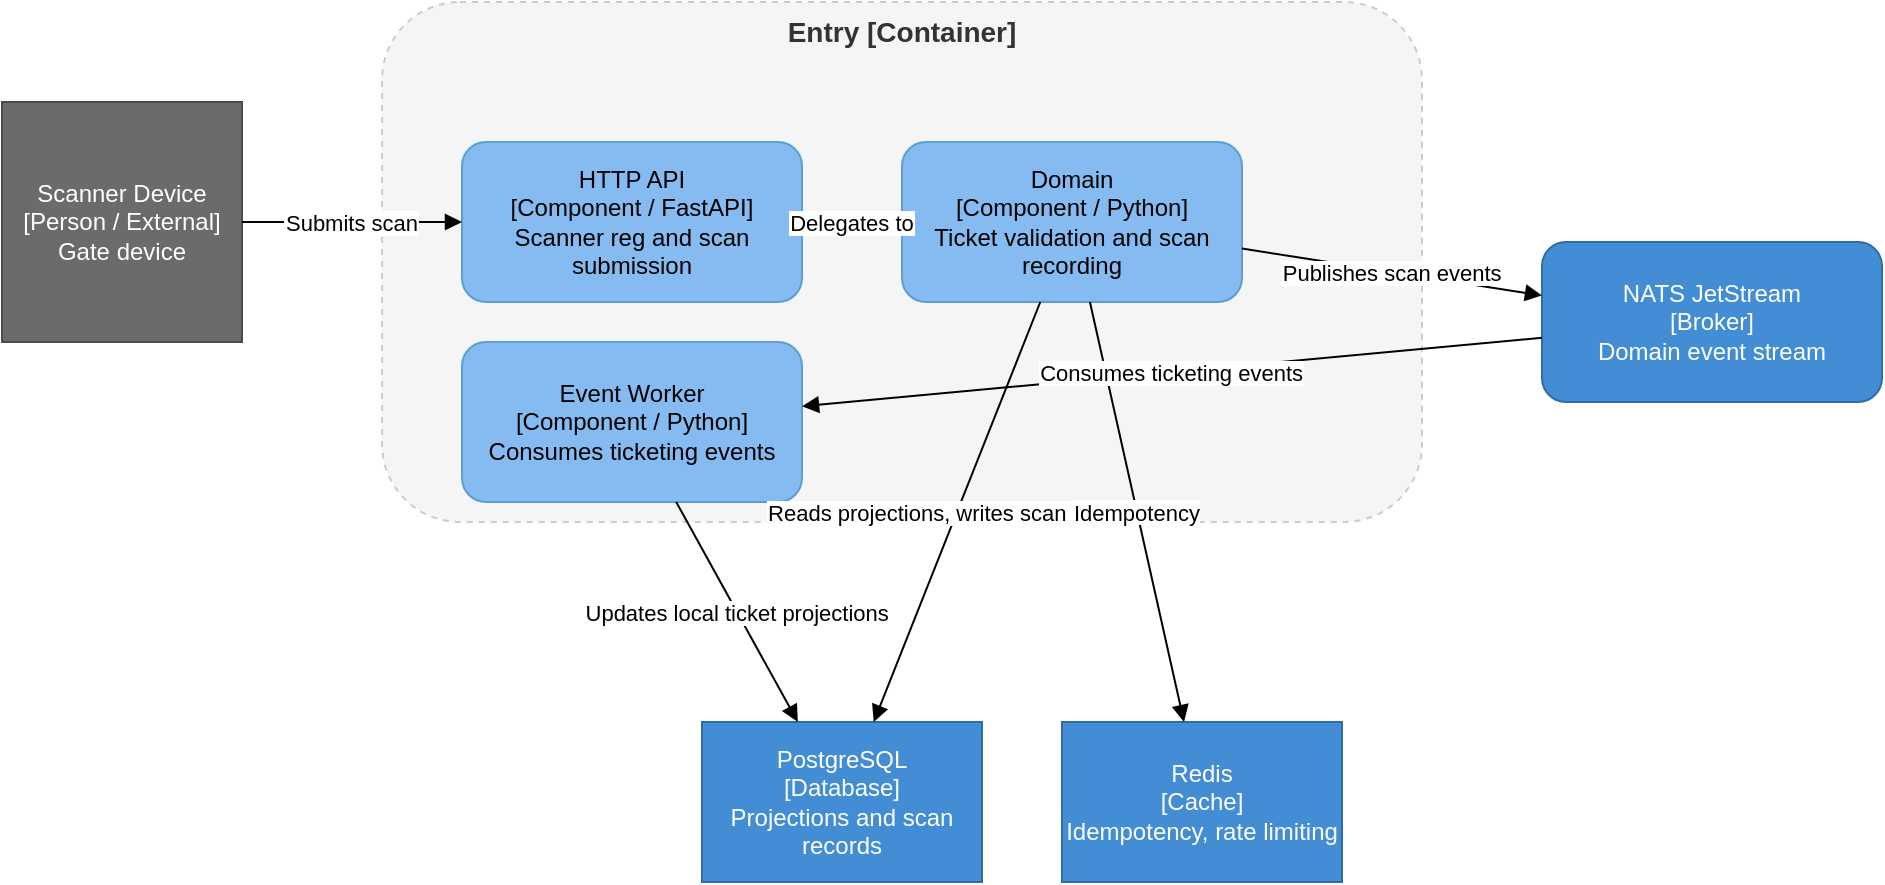
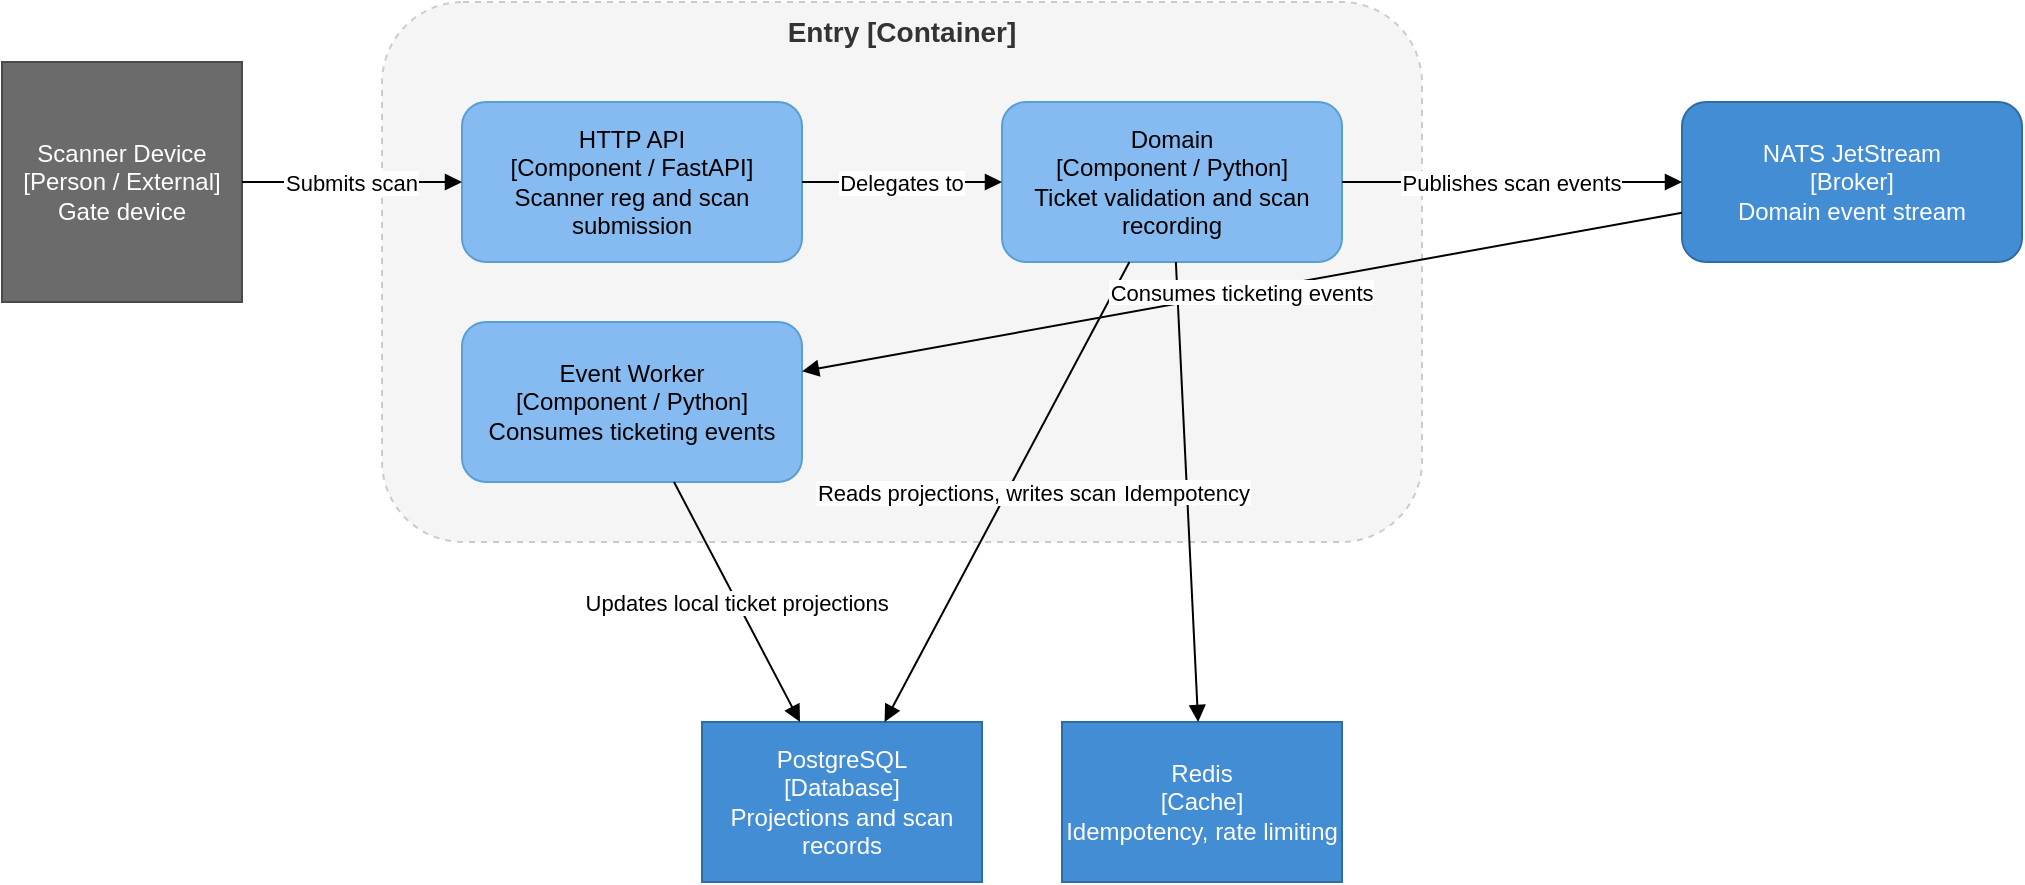
<mxfile host="embed.diagrams.net">
  <diagram name="C4 Level 3 - Entry" id="c4-component-entry">
-     <mxGraphModel dx="1398" dy="474" grid="1" gridSize="10" guides="1" tooltips="1" connect="1" arrows="1" fold="1" page="1" pageScale="1" pageWidth="1169" pageHeight="827" math="0" shadow="0">
+     <mxGraphModel dx="1069" dy="528" grid="1" gridSize="10" guides="1" tooltips="1" connect="1" arrows="1" fold="1" page="1" pageScale="1" pageWidth="1169" pageHeight="827" math="0" shadow="0">
      <root>
        <mxCell id="0" />
        <mxCell id="1" parent="0" />
        <mxCell id="2" html="0" parent="1" style="rounded=1;dashed=1;fillColor=#f5f5f5;strokeColor=#cccccc;fontSize=14;fontStyle=1;fontColor=#333333;verticalAlign=top;html=0;" value="Entry [Container]" vertex="1">
-           <mxGeometry height="260" width="520" x="220" y="60" as="geometry" />
+           <mxGeometry height="270" width="520" x="220" y="60" as="geometry" />
        </mxCell>
        <mxCell id="3" html="0" parent="1" style="shape=mxgraph.basic.person;whiteSpace=wrap;fillColor=#6b6b6b;fontColor=#ffffff;strokeColor=#4a4a4a;fontSize=12;html=0;" value="Scanner Device&#xa;[Person / External]&#xa;Gate device" vertex="1">
-           <mxGeometry height="120" width="120" x="30" y="110" as="geometry" />
+           <mxGeometry height="120" width="120" x="30" y="90" as="geometry" />
        </mxCell>
        <mxCell id="4" html="0" parent="1" style="rounded=1;whiteSpace=wrap;fillColor=#85BBF0;fontColor=#000000;strokeColor=#5a9fd4;fontSize=12;html=0;" value="HTTP API&#xa;[Component / FastAPI]&#xa;Scanner reg and scan submission" vertex="1">
-           <mxGeometry height="80" width="170" x="260" y="130" as="geometry" />
+           <mxGeometry height="80" width="170" x="260" y="110" as="geometry" />
        </mxCell>
        <mxCell id="5" html="0" parent="1" style="rounded=1;whiteSpace=wrap;fillColor=#85BBF0;fontColor=#000000;strokeColor=#5a9fd4;fontSize=12;html=0;" value="Domain&#xa;[Component / Python]&#xa;Ticket validation and scan recording" vertex="1">
-           <mxGeometry height="80" width="170" x="480" y="130" as="geometry" />
+           <mxGeometry height="80" width="170" x="530" y="110" as="geometry" />
        </mxCell>
        <mxCell id="6" html="0" parent="1" style="rounded=1;whiteSpace=wrap;fillColor=#85BBF0;fontColor=#000000;strokeColor=#5a9fd4;fontSize=12;html=0;" value="Event Worker&#xa;[Component / Python]&#xa;Consumes ticketing events" vertex="1">
-           <mxGeometry height="80" width="170" x="260" y="230" as="geometry" />
+           <mxGeometry height="80" width="170" x="260" y="220" as="geometry" />
        </mxCell>
        <mxCell id="7" html="0" parent="1" style="shape=mxgraph.basic.cylinder3;whiteSpace=wrap;fillColor=#438DD5;fontColor=#ffffff;strokeColor=#2e6da4;fontSize=12;html=0;" value="PostgreSQL&#xa;[Database]&#xa;Projections and scan records" vertex="1">
          <mxGeometry height="80" width="140" x="380" y="420" as="geometry" />
        </mxCell>
        <mxCell id="8" html="0" parent="1" style="rounded=1;whiteSpace=wrap;fillColor=#438DD5;fontColor=#ffffff;strokeColor=#2e6da4;fontSize=12;html=0;" value="NATS JetStream&#xa;[Broker]&#xa;Domain event stream" vertex="1">
-           <mxGeometry height="80" width="170" x="800" y="180" as="geometry" />
+           <mxGeometry height="80" width="170" x="870" y="110" as="geometry" />
        </mxCell>
        <mxCell id="9" html="0" parent="1" style="shape=mxgraph.basic.cylinder3;whiteSpace=wrap;fillColor=#438DD5;fontColor=#ffffff;strokeColor=#2e6da4;fontSize=12;html=0;" value="Redis&#xa;[Cache]&#xa;Idempotency, rate limiting" vertex="1">
          <mxGeometry height="80" width="140" x="560" y="420" as="geometry" />
        </mxCell>
        <mxCell id="10" edge="1" html="0" parent="1" source="3" style="endArrow=block;endFill=1;fontSize=11;html=0;" target="4" value="Submits scan">
          <mxGeometry relative="1" as="geometry" />
        </mxCell>
        <mxCell id="11" edge="1" html="0" parent="1" source="4" style="endArrow=block;endFill=1;fontSize=11;html=0;" target="5" value="Delegates to">
          <mxGeometry relative="1" as="geometry" />
        </mxCell>
        <mxCell id="12" edge="1" html="0" parent="1" source="5" style="endArrow=block;endFill=1;fontSize=11;html=0;" target="7" value="Reads projections, writes scan records">
          <mxGeometry relative="1" as="geometry" />
        </mxCell>
        <mxCell id="13" edge="1" html="0" parent="1" source="5" style="endArrow=block;endFill=1;fontSize=11;html=0;" target="8" value="Publishes scan events">
          <mxGeometry relative="1" as="geometry" />
        </mxCell>
        <mxCell id="14" edge="1" html="0" parent="1" source="5" style="endArrow=block;endFill=1;fontSize=11;html=0;" target="9" value="Idempotency">
          <mxGeometry relative="1" as="geometry" />
        </mxCell>
        <mxCell id="15" edge="1" html="0" parent="1" source="8" style="endArrow=block;endFill=1;fontSize=11;html=0;" target="6" value="Consumes ticketing events">
          <mxGeometry relative="1" as="geometry" />
        </mxCell>
        <mxCell id="16" edge="1" html="0" parent="1" source="6" style="endArrow=block;endFill=1;fontSize=11;html=0;" target="7" value="Updates local ticket projections">
          <mxGeometry relative="1" as="geometry" />
        </mxCell>
      </root>
    </mxGraphModel>
  </diagram>
</mxfile>
